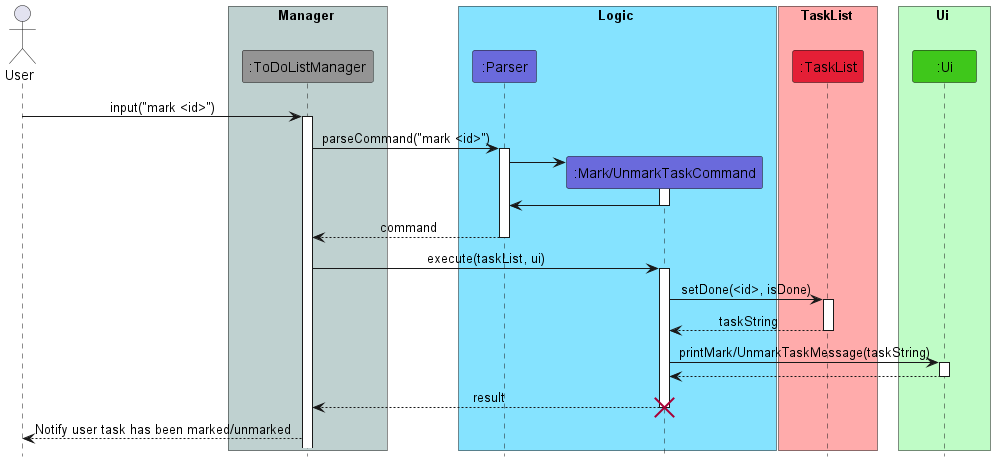
Above: docs/images/MarkorUnmarkTaskCommandSequence.png in nus-cs2113-AY2223S2/tp (PlantUML), before the change. Its diagram source:
```plantuml
@startuml
!include Style.puml

actor User

box Manager COLOR_MAIN_LIGHT
participant ":ToDoListManager" as ToDoListManager COLOR_MAIN
end box

box Logic COLOR_LOGIC_LIGHT
participant ":Parser" as Parser COLOR_LOGIC
participant ":Mark/UnmarkTaskCommand" as MarkTaskCommand COLOR_LOGIC
end box

box TaskList COLOR_TASK_LIST_LIGHT
participant ":TaskList" as TaskList COLOR_TASK_LIST
end box

box Ui COLOR_UI_LIGHT
participant ":Ui" as Ui COLOR_UI
end box

User -> ToDoListManager: input("mark <id>")
activate ToDoListManager
ToDoListManager -> Parser : parseCommand("mark <id>")
activate Parser
create MarkTaskCommand
Parser -> MarkTaskCommand
activate MarkTaskCommand
MarkTaskCommand -> Parser
deactivate MarkTaskCommand
Parser --> ToDoListManager : command
deactivate Parser
ToDoListManager -> MarkTaskCommand : execute(taskList, ui)
activate MarkTaskCommand
MarkTaskCommand -> TaskList: setDone(<id>, isDone)
activate TaskList
TaskList --> MarkTaskCommand : taskString
deactivate TaskList
MarkTaskCommand -> Ui : printMark/UnmarkTaskMessage(taskString)
activate Ui
Ui --> MarkTaskCommand
deactivate Ui
MarkTaskCommand --> ToDoListManager : result
deactivate MarkTaskCommand
destroy MarkTaskCommand
ToDoListManager --> User : Notify user task has been marked/unmarked
@enduml
```
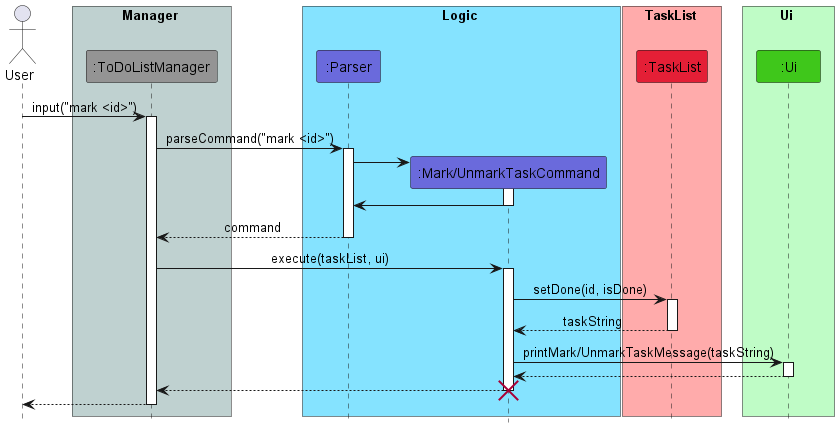
After the commit.

Diff of the diagram source:
```diff
@@ -33,7 +33,7 @@
 deactivate Parser
 ToDoListManager -> MarkTaskCommand : execute(taskList, ui)
 activate MarkTaskCommand
-MarkTaskCommand -> TaskList: setDone(<id>, isDone)
+MarkTaskCommand -> TaskList: setDone(id, isDone)
 activate TaskList
 TaskList --> MarkTaskCommand : taskString
 deactivate TaskList
@@ -41,8 +41,9 @@
 activate Ui
 Ui --> MarkTaskCommand
 deactivate Ui
-MarkTaskCommand --> ToDoListManager : result
+MarkTaskCommand --> ToDoListManager
 deactivate MarkTaskCommand
 destroy MarkTaskCommand
-ToDoListManager --> User : Notify user task has been marked/unmarked
+ToDoListManager --> User
+deactivate ToDoListManager
 @enduml
```
